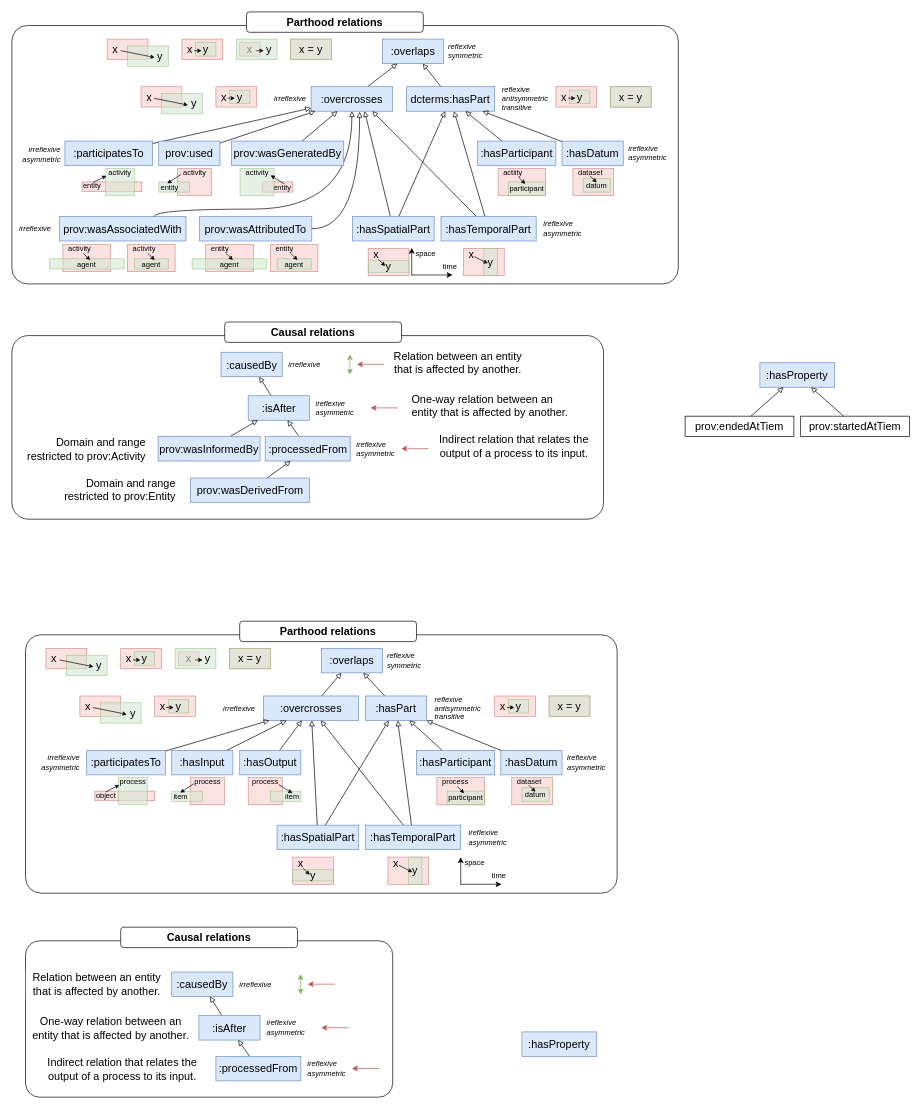
The draw.io diagram page "relations" (2 of 3) of docs/figs/figures.drawio in PINK-project/PINK-annotation-schema, before the edit. Source tidied: cells renumbered, new cells numbered last; positions are measured from the earlier drawing's top-left corner, leaving out a move shared by most shapes. Both pictures are drawn from the tidied source at 68%, with x=0, y=0 at pixel (12, 12).
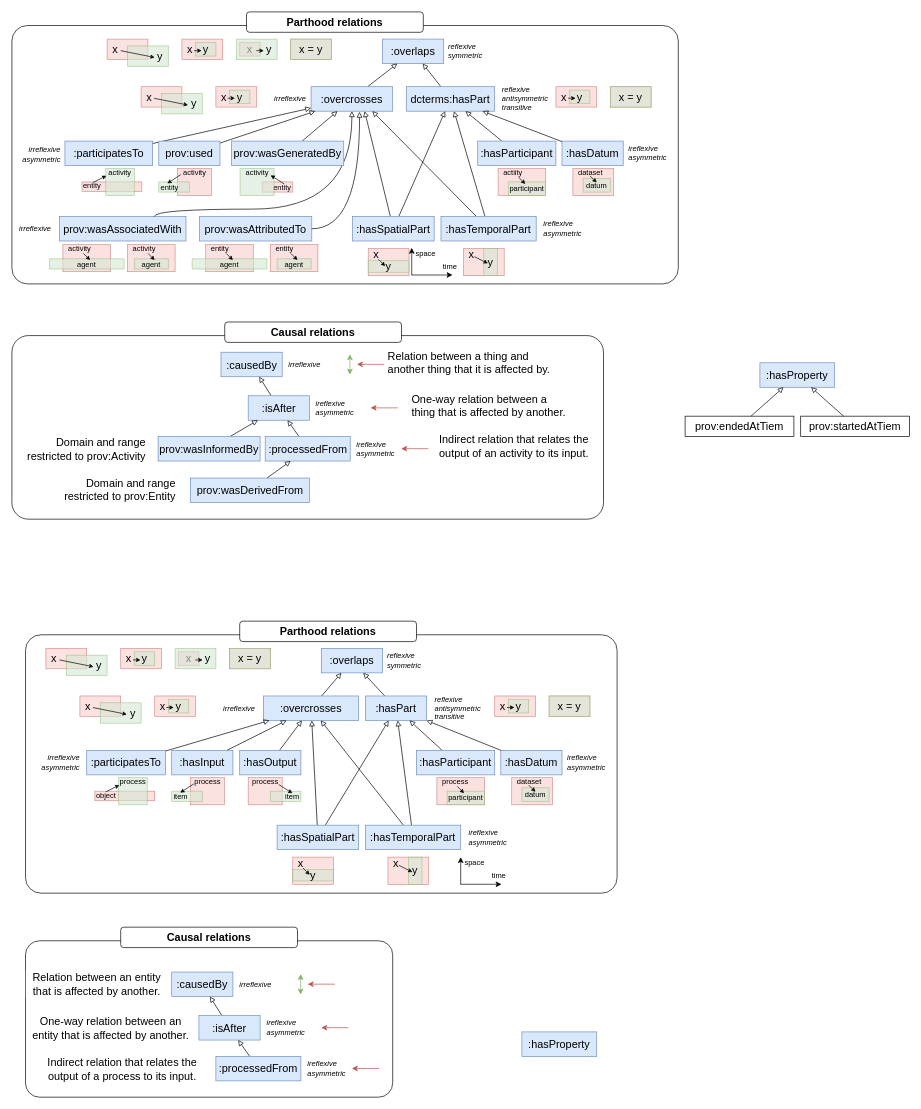
The same page after the edit.

Commit message (it also covers changes not shown here):
Updated figure with causal relations

Diff of the diagram source:
```diff
@@
-    <mxCell id="99" value="&lt;font style=&quot;font-size: 16px;&quot;&gt;Relation between an entity that is affected by another.&lt;/font&gt;" style="text;html=1;align=center;verticalAlign=middle;whiteSpace=wrap;rounded=0;fontFamily=Helvetica;fontSize=11;fontColor=default;labelBackgroundColor=default;" parent="1" vertex="1">
-      <mxGeometry x="551.2" y="500.5" width="210" height="30" as="geometry" />
+    <mxCell id="99" value="&lt;font style=&quot;font-size: 16px;&quot;&gt;Relation between a thing and another thing that it is affected by.&lt;/font&gt;" style="text;html=1;align=left;verticalAlign=middle;whiteSpace=wrap;rounded=0;fontFamily=Helvetica;fontSize=11;fontColor=default;labelBackgroundColor=default;" parent="1" vertex="1">
+      <mxGeometry x="551.2" y="500.5" width="258.8" height="30" as="geometry" />
     </mxCell>
-    <mxCell id="100" value="&lt;font style=&quot;font-size: 16px;&quot;&gt;One-way relation between an entity that is affected by another.&lt;/font&gt;" style="text;html=1;align=left;verticalAlign=middle;whiteSpace=wrap;rounded=0;fontFamily=Helvetica;fontSize=11;fontColor=default;labelBackgroundColor=default;" parent="1" vertex="1">
+    <mxCell id="100" value="&lt;font style=&quot;font-size: 16px;&quot;&gt;One-way relation between a thing that is affected by another.&lt;/font&gt;" style="text;html=1;align=left;verticalAlign=middle;whiteSpace=wrap;rounded=0;fontFamily=Helvetica;fontSize=11;fontColor=default;labelBackgroundColor=default;" parent="1" vertex="1">
       <mxGeometry x="586.2" y="560.5" width="235" height="37" as="geometry" />
     </mxCell>
@@
-    <mxCell id="103" value="&lt;span style=&quot;font-size: 16px;&quot;&gt;Indirect relation that relates the output of a process to its input.&lt;/span&gt;" style="text;html=1;align=center;verticalAlign=middle;whiteSpace=wrap;rounded=0;fontFamily=Helvetica;fontSize=11;fontColor=default;labelBackgroundColor=default;" parent="1" vertex="1">
+    <mxCell id="103" value="&lt;span style=&quot;font-size: 16px;&quot;&gt;Indirect relation that relates the output of an activity to its input.&lt;/span&gt;" style="text;html=1;align=center;verticalAlign=middle;whiteSpace=wrap;rounded=0;fontFamily=Helvetica;fontSize=11;fontColor=default;labelBackgroundColor=default;" parent="1" vertex="1">
       <mxGeometry x="620.8" y="620.5" width="235" height="37" as="geometry" />
     </mxCell>
```
